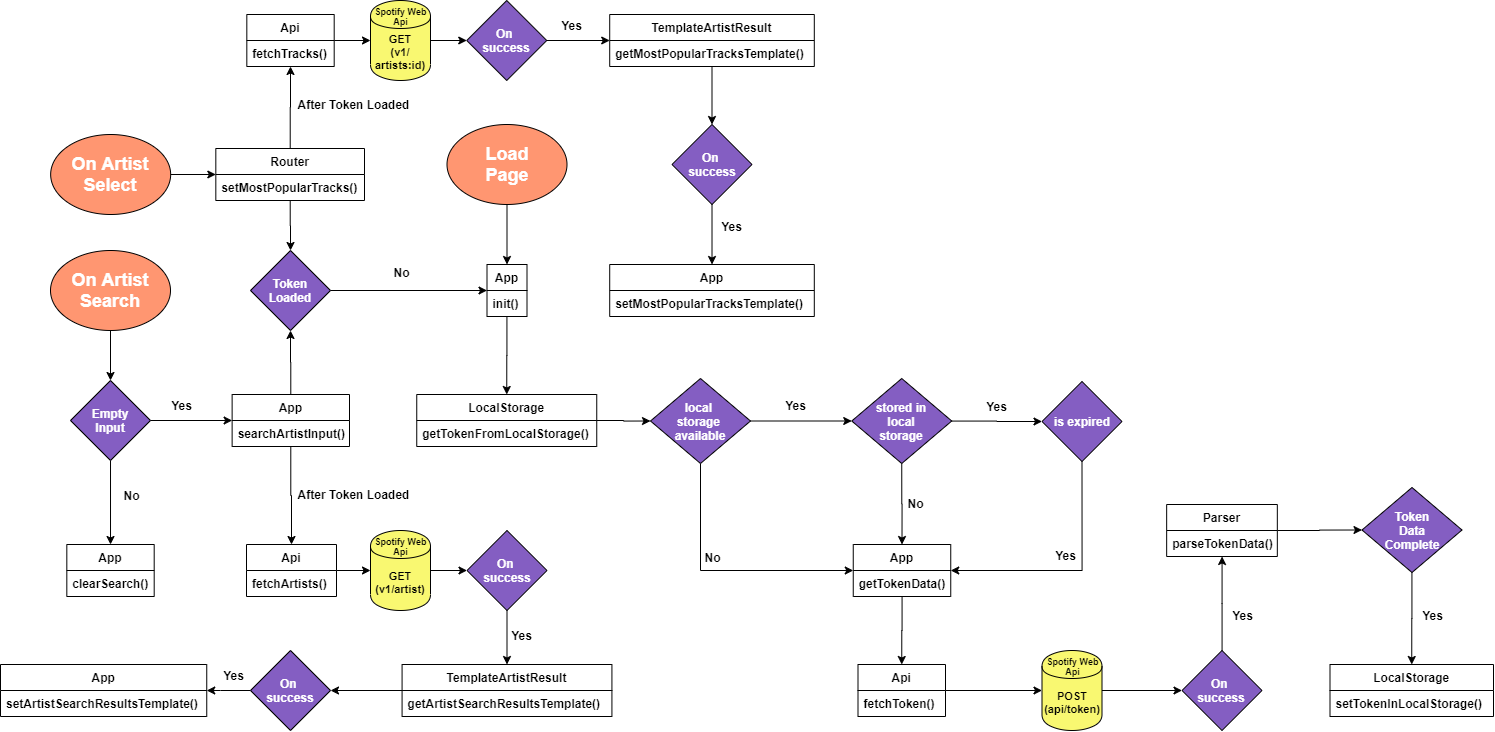
This is img/interaction-diagram.png from meessour/popular-track-generator-alpha, a draw.io export, as it was before one commit. Source tidied: cells renumbered, new cells last; positions are measured from the earlier drawing's top-left corner, leaving out a move shared by most shapes.
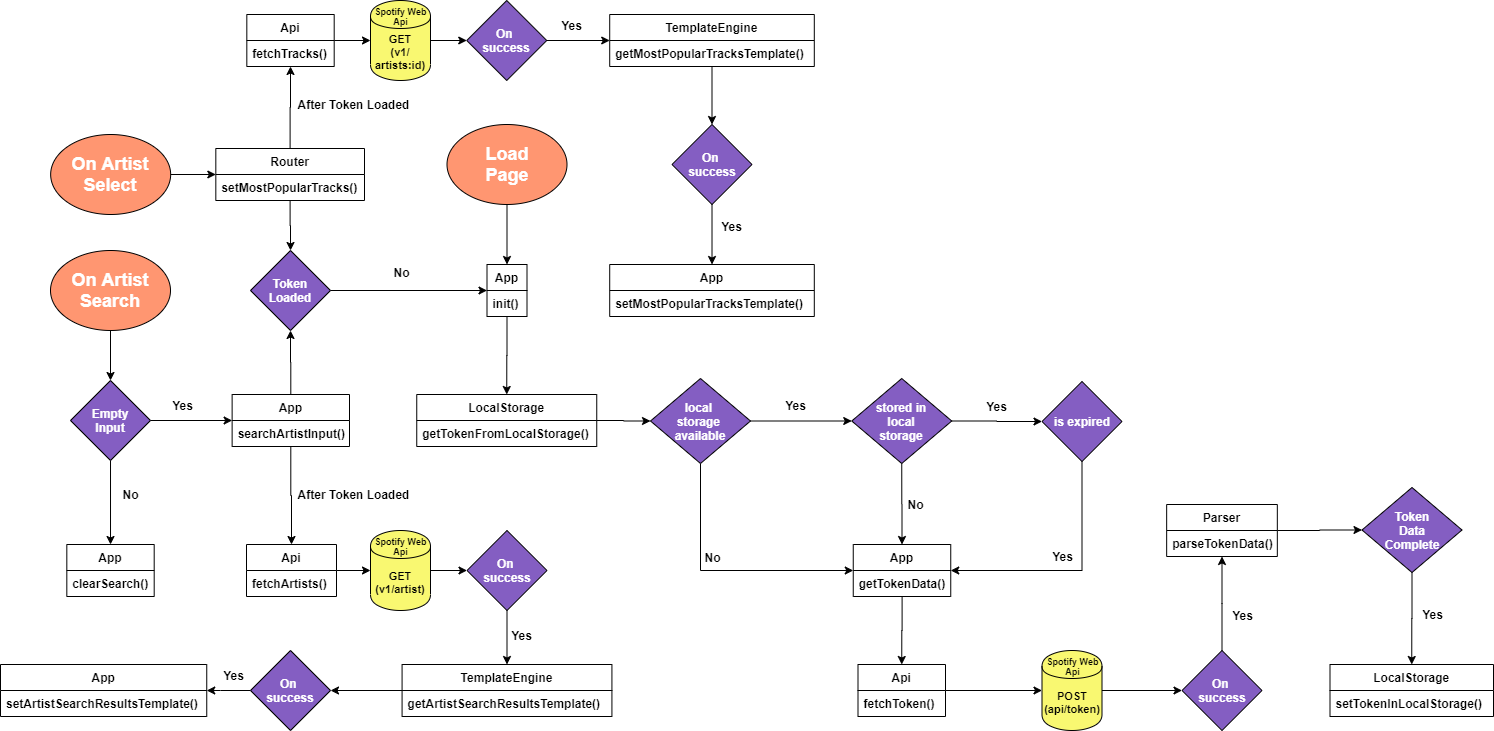
The same file after the commit.

What changed in the source:
```diff
@@ -224,7 +224,7 @@
     <mxCell id="67" style="edgeStyle=orthogonalEdgeStyle;rounded=0;jettySize=auto;html=1;entryX=1;entryY=0.5;entryDx=0;entryDy=0;fontStyle=1;" parent="1" edge="1" source="68" target="91">
       <mxGeometry relative="1" as="geometry" />
     </mxCell>
-    <mxCell id="68" value="TemplateArtistResult" style="swimlane;fontStyle=1;align=center;verticalAlign=top;horizontal=1;startSize=26;" parent="1" vertex="1">
+    <mxCell id="68" value="TemplateEngine" style="swimlane;fontStyle=1;align=center;verticalAlign=top;horizontal=1;startSize=26;" parent="1" vertex="1">
       <mxGeometry x="401.6" y="664" width="209.8" height="52" as="geometry" />
     </mxCell>
     <mxCell id="69" value="getArtistSearchResultsTemplate()" style="text;strokeColor=none;fillColor=none;align=left;verticalAlign=top;spacingLeft=4;spacingRight=4;overflow=hidden;fontStyle=1;" parent="68" vertex="1">
@@ -270,7 +270,7 @@
     <mxCell id="81" style="edgeStyle=orthogonalEdgeStyle;rounded=0;jettySize=auto;html=1;entryX=0.5;entryY=0;entryDx=0;entryDy=0;fontStyle=1;" parent="1" edge="1" source="82" target="86">
       <mxGeometry relative="1" as="geometry" />
     </mxCell>
-    <mxCell id="82" value="TemplateArtistResult" style="swimlane;fontStyle=1;align=center;verticalAlign=top;horizontal=1;startSize=26;" parent="1" vertex="1">
+    <mxCell id="82" value="TemplateEngine" style="swimlane;fontStyle=1;align=center;verticalAlign=top;horizontal=1;startSize=26;" parent="1" vertex="1">
       <mxGeometry x="609.2" y="14" width="204.6" height="52" as="geometry" />
     </mxCell>
     <mxCell id="83" value="getMostPopularTracksTemplate()" style="text;strokeColor=none;fillColor=none;align=left;verticalAlign=top;spacingLeft=4;spacingRight=4;overflow=hidden;fontStyle=1;" parent="82" vertex="1">
```
